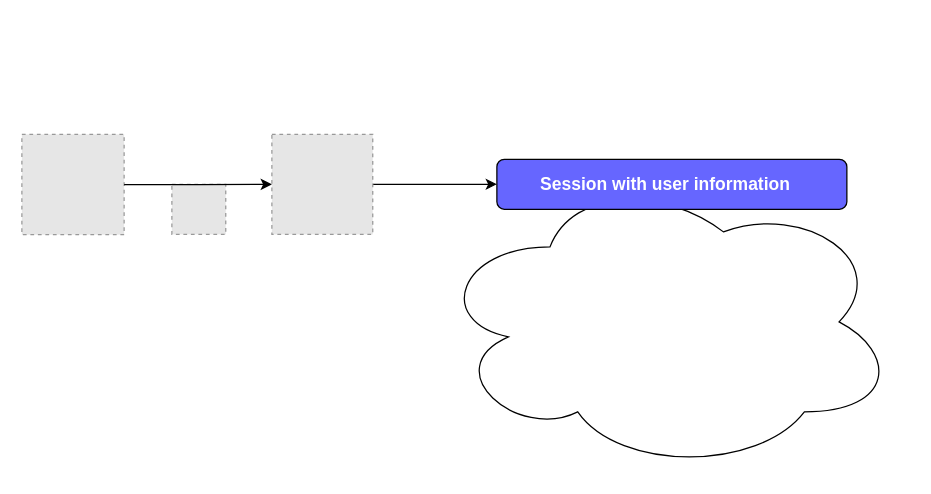
The draw.io diagram page "tokens-no-shared-session" (3 of 5) of microservices_security.drawio in kayaman/diagrams, before the edit. Source tidied: cells renumbered, new cells numbered last; positions are measured from the earlier drawing's top-left corner, leaving out a move shared by most shapes. Both pictures are drawn from the tidied source at 125%, with x=0, y=0 at pixel (21, 134). Pictures stored in the file or linked from it are replaced by grey dashed boxes.
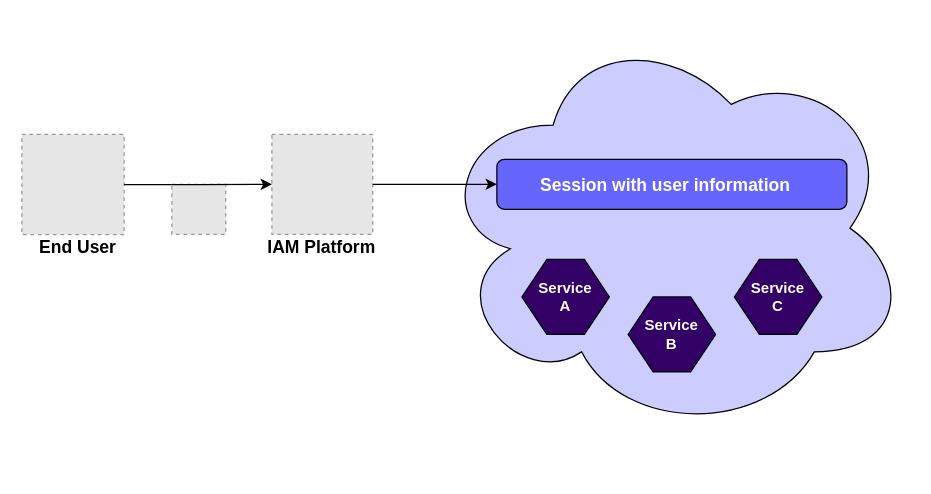
After the change.

What changed in the source:
```diff
@@
 <mxGraphModel>
   <root>
     <mxCell id="0" />
     <mxCell id="1" parent="0" />
-    <mxCell id="2" style="edgeStyle=orthogonalEdgeStyle;rounded=0;jettySize=auto;html=1;entryX=0;entryY=0.5;entryDx=0;entryDy=0;" parent="1" edge="1" source="3" target="7">
-      <mxGeometry relative="1" as="geometry" />
-    </mxCell>
     <mxCell id="3" style="fillColor=#E6E6E6;strokeColor=#999999;dashed=1;verticalLabelPosition=bottom;verticalAlign=top;" parent="1" vertex="1">
       <mxGeometry x="200" width="80.7" height="80" as="geometry" />
     </mxCell>
     <mxCell id="4" style="fillColor=#E6E6E6;strokeColor=#999999;dashed=1;verticalLabelPosition=bottom;verticalAlign=top;" parent="1" vertex="1">
       <mxGeometry width="81.8" height="80.2" as="geometry" />
     </mxCell>
     <mxCell id="5" style="fillColor=#E6E6E6;strokeColor=#999999;dashed=1;verticalLabelPosition=bottom;verticalAlign=top;" parent="1" vertex="1">
       <mxGeometry x="120" y="40" width="43.1" height="40" as="geometry" />
     </mxCell>
-    <mxCell id="6" style="ellipse;shape=cloud;whiteSpace=wrap;html=1;fillColor=#FFFFFF;" parent="1" vertex="1">
-      <mxGeometry x="330" y="30" width="370" height="240" as="geometry" />
+    <mxCell id="6" style="ellipse;shape=cloud;whiteSpace=wrap;html=1;fillColor=#CCCCFF;" parent="1" vertex="1">
+      <mxGeometry x="330" y="-90" width="380" height="330" as="geometry" />
     </mxCell>
     <mxCell id="7" style="rounded=1;whiteSpace=wrap;html=1;fillColor=#6666FF;" parent="1" vertex="1">
       <mxGeometry x="380" y="20" width="280" height="39.9" as="geometry" />
     </mxCell>
-    <mxCell id="8" value="&lt;font color=&quot;#ffffff&quot; style=&quot;font-size: 14px&quot;&gt;&lt;b&gt;Session with user information&lt;/b&gt;&lt;/font&gt;" style="text;html=1;strokeColor=none;fillColor=none;align=center;verticalAlign=middle;whiteSpace=wrap;rounded=0;" parent="1" vertex="1">
+    <mxCell id="8" value="&lt;font color=&quot;#ffffff&quot; style=&quot;font-size: 14px&quot;&gt;&lt;b&gt;Session with user information&lt;/b&gt;&lt;/font&gt;" style="text;html=1;strokeColor=none;fillColor=none;align=center;verticalAlign=middle;whiteSpace=wrap;rounded=0;fontSize=16;" parent="1" vertex="1">
       <mxGeometry x="400" y="30" width="230" height="20.1" as="geometry" />
     </mxCell>
     <mxCell id="9" style="edgeStyle=orthogonalEdgeStyle;rounded=0;jettySize=auto;html=1;entryX=0;entryY=0.5;entryDx=0;entryDy=0;" parent="1" edge="1" source="4" target="3">
       <mxGeometry relative="1" as="geometry" />
     </mxCell>
+    <mxCell id="10" style="shape=hexagon;perimeter=hexagonPerimeter2;whiteSpace=wrap;html=1;fixedSize=1;fillColor=#330066;" parent="1" vertex="1">
+      <mxGeometry x="400" y="100" width="70" height="60" as="geometry" />
+    </mxCell>
+    <mxCell id="11" value="&lt;font color=&quot;#ffffff&quot; style=&quot;background-color: rgb(51 , 0 , 102)&quot;&gt;&lt;b&gt;Service A&lt;/b&gt;&lt;/font&gt;" style="text;html=1;strokeColor=none;fillColor=none;align=center;verticalAlign=middle;whiteSpace=wrap;rounded=0;" parent="1" vertex="1">
+      <mxGeometry x="415" y="120" width="40" height="20" as="geometry" />
+    </mxCell>
+    <mxCell id="12" style="shape=hexagon;perimeter=hexagonPerimeter2;whiteSpace=wrap;html=1;fixedSize=1;fillColor=#330066;" parent="1" vertex="1">
+      <mxGeometry x="485" y="130" width="70" height="60" as="geometry" />
+    </mxCell>
+    <mxCell id="13" value="&lt;font color=&quot;#ffffff&quot; style=&quot;background-color: rgb(51 , 0 , 102)&quot;&gt;&lt;b&gt;Service B&lt;/b&gt;&lt;/font&gt;" style="text;html=1;strokeColor=none;fillColor=none;align=center;verticalAlign=middle;whiteSpace=wrap;rounded=0;" parent="1" vertex="1">
+      <mxGeometry x="500" y="150" width="40" height="20" as="geometry" />
+    </mxCell>
+    <mxCell id="14" style="shape=hexagon;perimeter=hexagonPerimeter2;whiteSpace=wrap;html=1;fixedSize=1;fillColor=#330066;" parent="1" vertex="1">
+      <mxGeometry x="570" y="100" width="70" height="60" as="geometry" />
+    </mxCell>
+    <mxCell id="15" value="&lt;font color=&quot;#ffffff&quot; style=&quot;background-color: rgb(51 , 0 , 102)&quot;&gt;&lt;b&gt;Service C&lt;/b&gt;&lt;/font&gt;" style="text;html=1;strokeColor=none;fillColor=none;align=center;verticalAlign=middle;whiteSpace=wrap;rounded=0;" parent="1" vertex="1">
+      <mxGeometry x="585" y="120" width="40" height="20" as="geometry" />
+    </mxCell>
+    <mxCell id="2" style="edgeStyle=orthogonalEdgeStyle;rounded=0;jettySize=auto;html=1;entryX=0;entryY=0.5;entryDx=0;entryDy=0;" parent="1" edge="1" source="3" target="7">
+      <mxGeometry relative="1" as="geometry" />
+    </mxCell>
+    <mxCell id="16" value="&lt;b&gt;&lt;font style=&quot;font-size: 14px&quot;&gt;End User&lt;/font&gt;&lt;/b&gt;" style="text;html=1;strokeColor=none;fillColor=none;align=center;verticalAlign=middle;whiteSpace=wrap;rounded=0;" parent="1" vertex="1">
+      <mxGeometry y="80.2" width="90" height="20" as="geometry" />
+    </mxCell>
+    <mxCell id="17" value="&lt;b&gt;&lt;font style=&quot;font-size: 14px&quot;&gt;IAM Platform&lt;/font&gt;&lt;/b&gt;" style="text;html=1;strokeColor=none;fillColor=none;align=center;verticalAlign=middle;whiteSpace=wrap;rounded=0;" parent="1" vertex="1">
+      <mxGeometry x="190" y="80" width="100" height="20" as="geometry" />
+    </mxCell>
   </root>
 </mxGraphModel>
```
